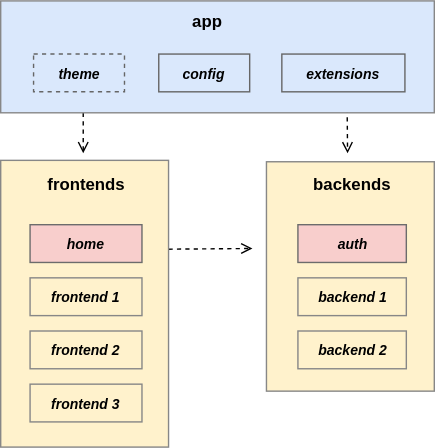
Before: docs/diagrams/pigal_project_architecture.drawio.svg, a diagram exported from draw.io (MalcomChumchouaPenda/Pigal-Flask). Source tidied: cells renumbered, new cells last; positions are measured from the earlier drawing's top-left corner, leaving out a move shared by most shapes.
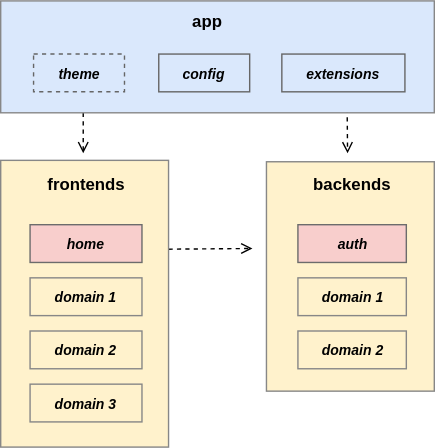
After the commit.

Diff of the diagram source:
```diff
@@ -34,22 +34,22 @@
     <mxCell id="9" value="backends" style="text;html=1;strokeColor=none;fillColor=none;align=center;verticalAlign=middle;whiteSpace=wrap;rounded=0;fontStyle=1;fontSize=12;" parent="1" vertex="1">
       <mxGeometry x="225.8" y="117" width="51" height="30" as="geometry" />
     </mxCell>
-    <mxCell id="10" value="backend 1" style="rounded=0;whiteSpace=wrap;html=1;fillColor=none;fontStyle=3;fontSize=10;strokeColor=#878787;strokeWidth=1;" parent="1" vertex="1">
+    <mxCell id="10" value="domain 1" style="rounded=0;whiteSpace=wrap;html=1;fillColor=none;fontStyle=3;fontSize=10;strokeColor=#878787;strokeWidth=1;" parent="1" vertex="1">
       <mxGeometry x="212.5" y="198" width="77.5" height="27" as="geometry" />
     </mxCell>
     <mxCell id="11" value="app" style="text;html=1;strokeColor=none;fillColor=none;align=center;verticalAlign=middle;whiteSpace=wrap;rounded=0;fontStyle=1;fontSize=12;" parent="1" vertex="1">
       <mxGeometry x="130.2" width="35.5" height="30" as="geometry" />
     </mxCell>
-    <mxCell id="12" value="frontend 1" style="rounded=0;whiteSpace=wrap;html=1;fillColor=none;fontStyle=3;fontSize=10;strokeColor=#878787;strokeWidth=1;" parent="1" vertex="1">
+    <mxCell id="12" value="domain 1" style="rounded=0;whiteSpace=wrap;html=1;fillColor=none;fontStyle=3;fontSize=10;strokeColor=#878787;strokeWidth=1;" parent="1" vertex="1">
       <mxGeometry x="21" y="198" width="80" height="27" as="geometry" />
     </mxCell>
-    <mxCell id="13" value="backend 2" style="rounded=0;whiteSpace=wrap;html=1;fillColor=none;fontStyle=3;fontSize=10;strokeColor=#878787;strokeWidth=1;" parent="1" vertex="1">
+    <mxCell id="13" value="domain 2" style="rounded=0;whiteSpace=wrap;html=1;fillColor=none;fontStyle=3;fontSize=10;strokeColor=#878787;strokeWidth=1;" parent="1" vertex="1">
       <mxGeometry x="212.5" y="236" width="77.5" height="27" as="geometry" />
     </mxCell>
-    <mxCell id="14" value="frontend 2" style="rounded=0;whiteSpace=wrap;html=1;fillColor=none;fontStyle=3;fontSize=10;strokeColor=#878787;strokeWidth=1;" parent="1" vertex="1">
+    <mxCell id="14" value="domain 2" style="rounded=0;whiteSpace=wrap;html=1;fillColor=none;fontStyle=3;fontSize=10;strokeColor=#878787;strokeWidth=1;" parent="1" vertex="1">
       <mxGeometry x="21" y="236" width="80" height="27" as="geometry" />
     </mxCell>
-    <mxCell id="15" value="frontend 3" style="rounded=0;whiteSpace=wrap;html=1;fillColor=none;fontStyle=3;fontSize=10;strokeColor=#878787;strokeWidth=1;" parent="1" vertex="1">
+    <mxCell id="15" value="domain 3" style="rounded=0;whiteSpace=wrap;html=1;fillColor=none;fontStyle=3;fontSize=10;strokeColor=#878787;strokeWidth=1;" parent="1" vertex="1">
       <mxGeometry x="21" y="274" width="80" height="27" as="geometry" />
     </mxCell>
     <mxCell id="16" value="config" style="rounded=0;whiteSpace=wrap;html=1;fillColor=#dae8fc;fontStyle=3;fontSize=10;strokeColor=#666666;strokeWidth=1;" parent="1" vertex="1">
```
